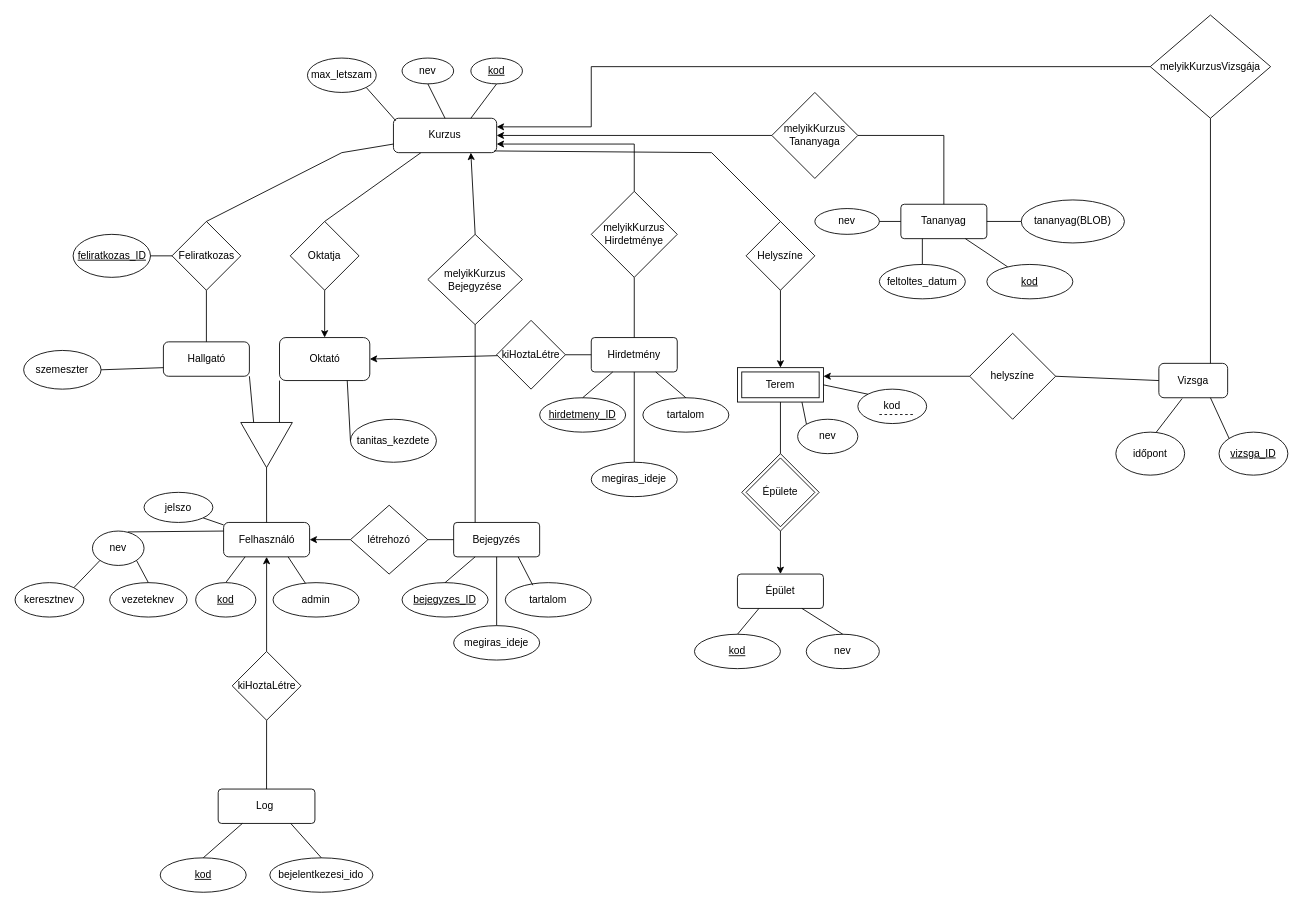
HajagosNorbert/SZTE-adatb-alapu-rendszerek keeps this draw.io diagram as docs/EKT/EKT diagram.drawio. Above is the earlier version. Source tidied: cells renumbered, new cells numbered last; positions are measured from the earlier drawing's top-left corner, leaving out a move shared by most shapes. Both pictures are drawn from the tidied source at 86%, with x=0, y=0 at pixel (15, 15).
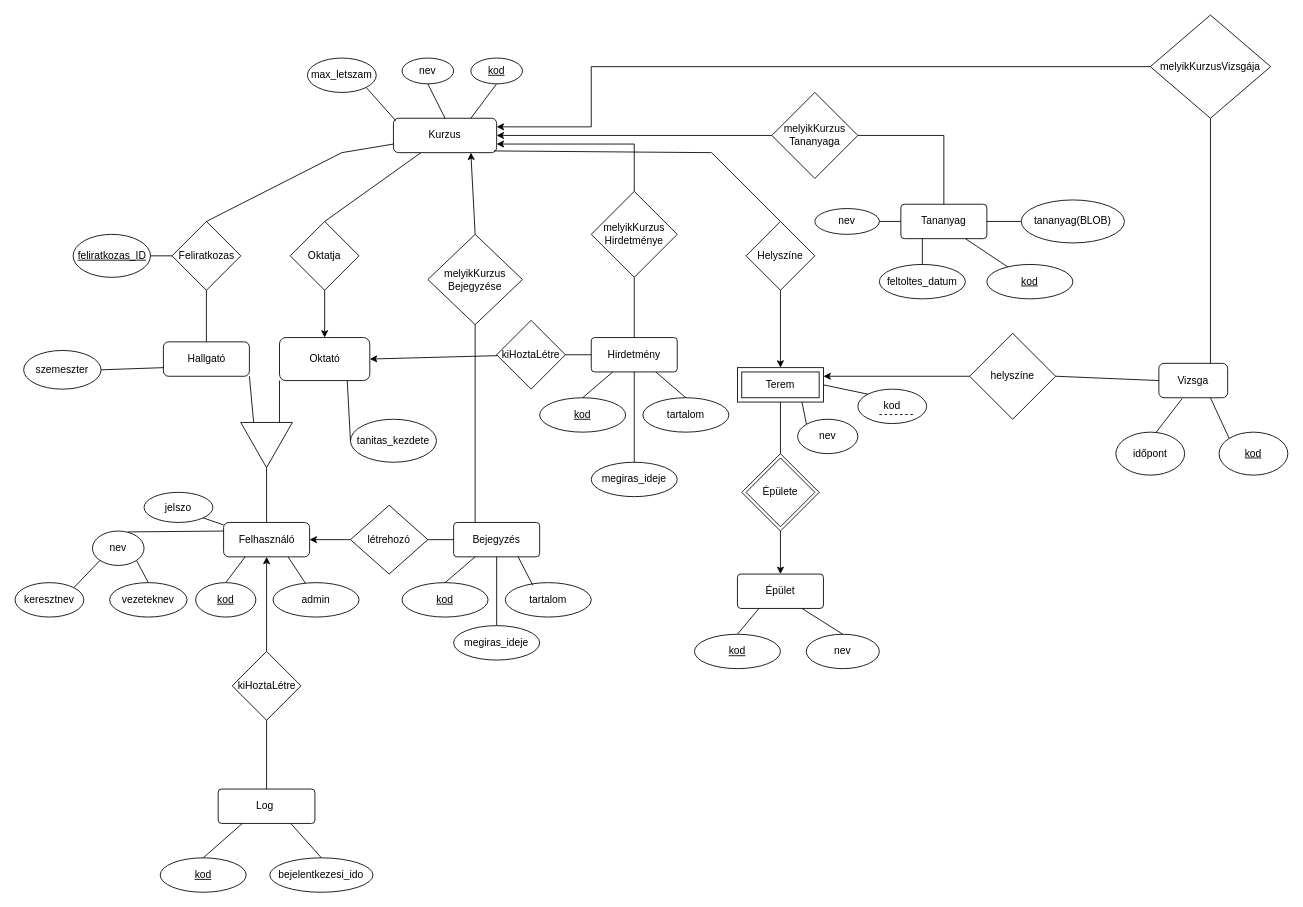
The same diagram, later.

Diff of the diagram source:
```diff
@@
-    <mxCell id="63" value="bejegyzes_ID" style="ellipse;whiteSpace=wrap;html=1;align=center;fontStyle=4;" parent="1" vertex="1">
+    <mxCell id="63" value="kod" style="ellipse;whiteSpace=wrap;html=1;align=center;fontStyle=4;" parent="1" vertex="1">
       <mxGeometry x="450" y="660" width="100" height="40" as="geometry" />
     </mxCell>
@@
-    <mxCell id="72" value="hirdetmeny_ID" style="ellipse;whiteSpace=wrap;html=1;align=center;fontStyle=4;" parent="1" vertex="1">
+    <mxCell id="72" value="kod" style="ellipse;whiteSpace=wrap;html=1;align=center;fontStyle=4;" parent="1" vertex="1">
       <mxGeometry x="610" y="445" width="100" height="40" as="geometry" />
     </mxCell>
@@
-    <mxCell id="113" value="vizsga_ID" style="ellipse;whiteSpace=wrap;html=1;fontStyle=4;" parent="1" vertex="1">
+    <mxCell id="113" value="kod" style="ellipse;whiteSpace=wrap;html=1;fontStyle=4;" parent="1" vertex="1">
       <mxGeometry x="1400" y="485" width="80" height="50" as="geometry" />
     </mxCell>
```
